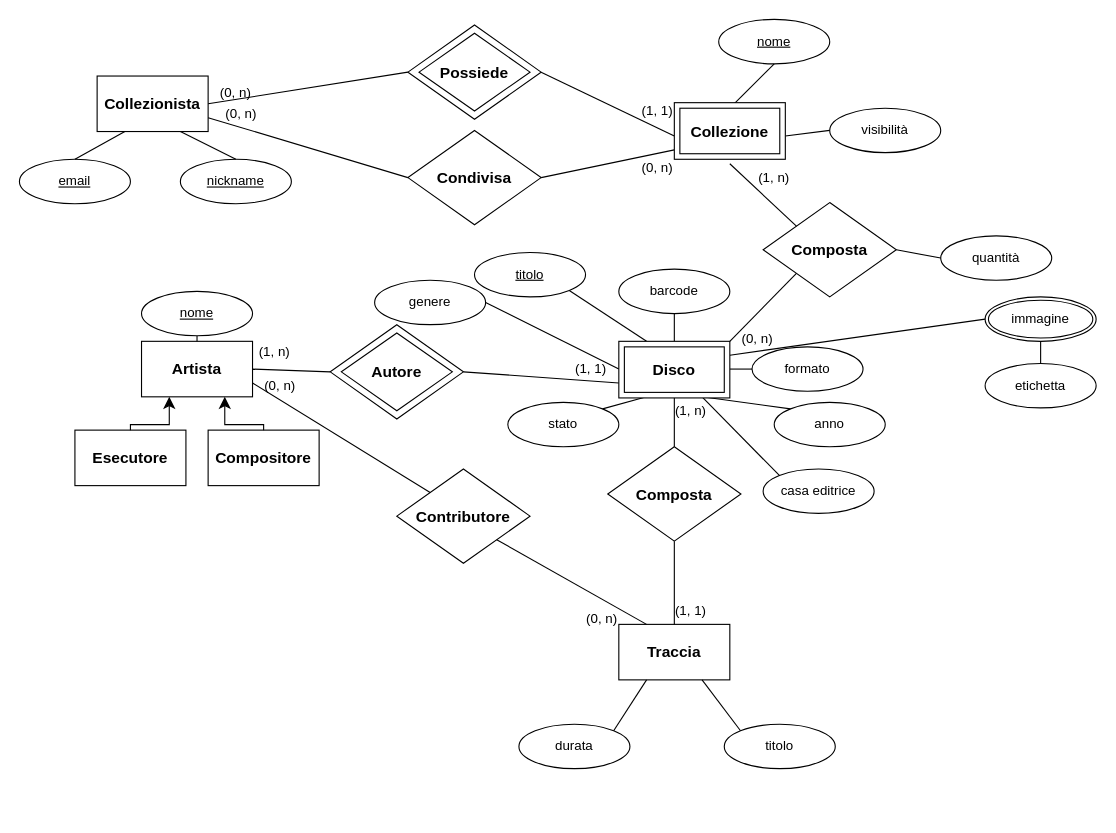
The draw.io diagram design/Collectors_ER.drawio in darthmassari/collectors-mysql-project, before the edit. Source tidied: cells renumbered, new cells numbered last; positions are measured from the earlier drawing's top-left corner, leaving out a move shared by most shapes. Both pictures are drawn from the tidied source at 111%, with x=0, y=0 at pixel (19, 19).
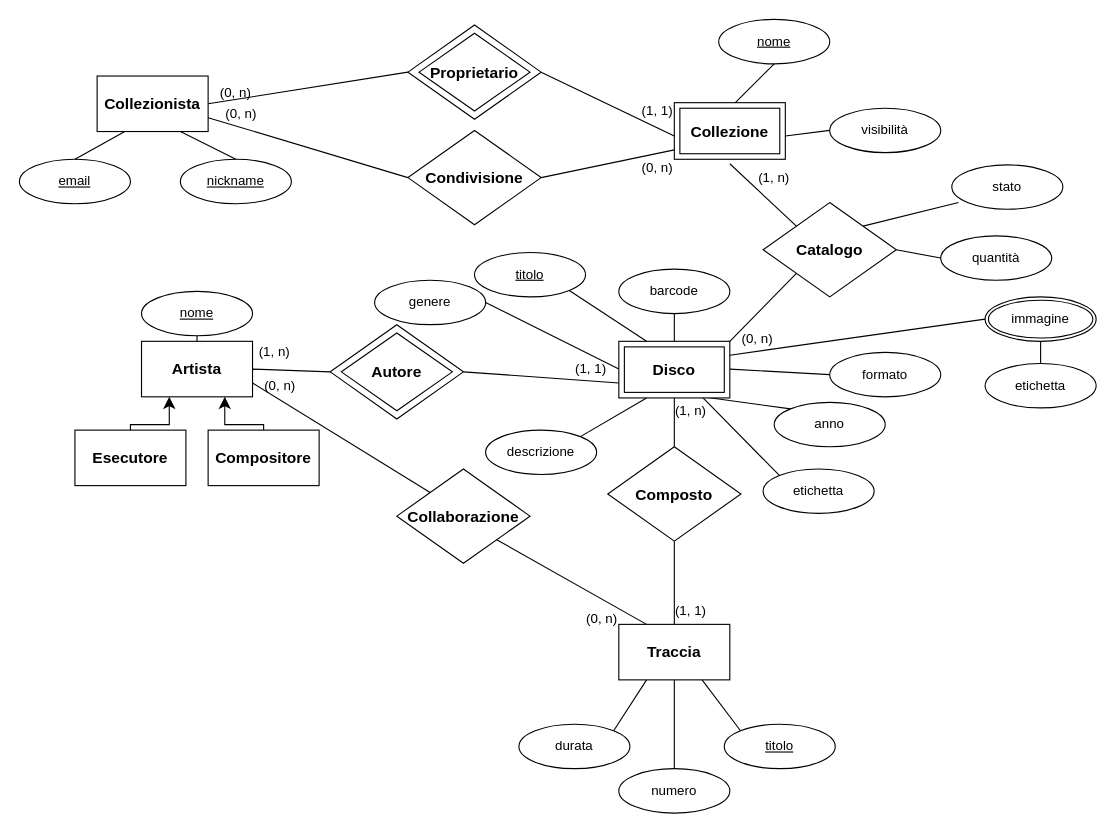
After the change.

Commit message (it also covers changes not shown here):
update modelli ER e relazionale

The change refers to these unchanged cells:
```xml
<mxCell id="18" style="html=1;dashed=0;whiteSpace=wrap;" parent="17" vertex="1">
  <mxGeometry width="100" height="50" as="geometry" />
</mxCell>
<mxCell id="46" style="group;" parent="1" vertex="1">
  <mxGeometry x="670" y="165" width="120" height="85" as="geometry" />
</mxCell>
<mxCell id="47" style="shape=rhombus;html=1;dashed=0;whiteSpace=wrap;perimeter=rhombusPerimeter;" parent="46" vertex="1">
  <mxGeometry width="120" height="85" as="geometry" />
</mxCell>
<mxCell id="59" style="group;" parent="1" vertex="1">
  <mxGeometry x="530" y="385" width="120" height="85" as="geometry" />
</mxCell>
<mxCell id="66" style="group;" parent="1" vertex="1">
  <mxGeometry x="350" y="100" width="120" height="85" as="geometry" />
</mxCell>
<mxCell id="79" style="group;" parent="1" vertex="1">
  <mxGeometry x="340" y="405" width="120" height="85" as="geometry" />
</mxCell>
<mxCell id="89" value="&lt;b&gt;&lt;font style=&quot;font-size: 14px;&quot;&gt;Disco&lt;/font&gt;&lt;/b&gt;" style="shape=ext;margin=3;double=1;whiteSpace=wrap;html=1;align=center;" parent="1" vertex="1">
  <mxGeometry x="540" y="290" width="100" height="51" as="geometry" />
</mxCell>
<mxCell id="94" style="group;" parent="1" vertex="1">
  <mxGeometry x="350" y="5" width="120" height="85" as="geometry" />
</mxCell>
```

The edit, as a diff of the source:
```diff
@@
     <mxCell id="11" value="stato" style="ellipse;whiteSpace=wrap;html=1;align=center;" parent="1" vertex="1">
-      <mxGeometry x="440" y="345" width="100" height="40" as="geometry" />
+      <mxGeometry x="840" y="131" width="100" height="40" as="geometry" />
     </mxCell>
@@
     <mxCell id="15" value="formato" style="ellipse;whiteSpace=wrap;html=1;align=center;" parent="1" vertex="1">
-      <mxGeometry x="660" y="295" width="100" height="40" as="geometry" />
+      <mxGeometry x="730" y="300" width="100" height="40" as="geometry" />
     </mxCell>
@@
-    <mxCell id="20" value="titolo" style="ellipse;whiteSpace=wrap;html=1;align=center;" parent="1" vertex="1">
+    <mxCell id="20" value="&lt;u&gt;titolo&lt;/u&gt;" style="ellipse;whiteSpace=wrap;html=1;align=center;" parent="1" vertex="1">
       <mxGeometry x="635" y="635" width="100" height="40" as="geometry" />
     </mxCell>
@@
-    <mxCell id="45" style="endArrow=none;html=1;rounded=0;entryX=1;entryY=0;entryDx=0;entryDy=0;exitX=0.25;exitY=1;exitDx=0;exitDy=0;" parent="1" edge="1" target="11">
-      <mxGeometry relative="1" as="geometry">
-        <mxPoint x="565" y="340" as="sourcePoint" />
-      </mxGeometry>
+    <mxCell id="45" style="endArrow=none;html=1;rounded=0;entryX=0.06;entryY=0.85;entryDx=0;entryDy=0;exitX=1;exitY=0;exitDx=0;exitDy=0;entryPerimeter=0;" parent="1" edge="1" source="47" target="11">
+      <mxGeometry relative="1" as="geometry" />
     </mxCell>
@@
-    <mxCell id="48" value="Composta" style="text;html=1;strokeColor=none;fillColor=none;align=center;verticalAlign=middle;whiteSpace=wrap;rounded=0;fontStyle=1;fontSize=14;" parent="46" vertex="1">
+    <mxCell id="48" value="Catalogo" style="text;html=1;strokeColor=none;fillColor=none;align=center;verticalAlign=middle;whiteSpace=wrap;rounded=0;fontStyle=1;fontSize=14;" parent="46" vertex="1">
       <mxGeometry x="30" y="27.5" width="60" height="30" as="geometry" />
     </mxCell>
@@
-    <mxCell id="61" value="Composta" style="text;html=1;strokeColor=none;fillColor=none;align=center;verticalAlign=middle;whiteSpace=wrap;rounded=0;fontStyle=1;fontSize=14;" parent="59" vertex="1">
+    <mxCell id="61" value="Composto" style="text;html=1;strokeColor=none;fillColor=none;align=center;verticalAlign=middle;whiteSpace=wrap;rounded=0;fontStyle=1;fontSize=14;" parent="59" vertex="1">
       <mxGeometry x="30" y="27.5" width="60" height="30" as="geometry" />
     </mxCell>
@@
-    <mxCell id="68" value="Condivisa" style="text;html=1;strokeColor=none;fillColor=none;align=center;verticalAlign=middle;whiteSpace=wrap;rounded=0;fontStyle=1;fontSize=14;" parent="66" vertex="1">
+    <mxCell id="68" value="Condivisione" style="text;html=1;strokeColor=none;fillColor=none;align=center;verticalAlign=middle;whiteSpace=wrap;rounded=0;fontStyle=1;fontSize=14;" parent="66" vertex="1">
       <mxGeometry x="30" y="27.5" width="60" height="30" as="geometry" />
     </mxCell>
@@
-    <mxCell id="77" value="casa editrice" style="ellipse;whiteSpace=wrap;html=1;align=center;" parent="1" vertex="1">
+    <mxCell id="77" value="etichetta" style="ellipse;whiteSpace=wrap;html=1;align=center;" parent="1" vertex="1">
       <mxGeometry x="670" y="405" width="100" height="40" as="geometry" />
     </mxCell>
@@
-    <mxCell id="81" value="Contributore" style="text;html=1;strokeColor=none;fillColor=none;align=center;verticalAlign=middle;whiteSpace=wrap;rounded=0;fontStyle=1;fontSize=14;" parent="79" vertex="1">
+    <mxCell id="81" value="Collaborazione" style="text;html=1;strokeColor=none;fillColor=none;align=center;verticalAlign=middle;whiteSpace=wrap;rounded=0;fontStyle=1;fontSize=14;" parent="79" vertex="1">
       <mxGeometry x="30" y="27.5" width="60" height="30" as="geometry" />
     </mxCell>
@@
-    <mxCell id="97" value="Possiede" style="text;html=1;strokeColor=none;fillColor=none;align=center;verticalAlign=middle;whiteSpace=wrap;rounded=0;fontStyle=1;fontSize=14;" parent="94" vertex="1">
+    <mxCell id="97" value="Proprietario" style="text;html=1;strokeColor=none;fillColor=none;align=center;verticalAlign=middle;whiteSpace=wrap;rounded=0;fontStyle=1;fontSize=14;" parent="94" vertex="1">
       <mxGeometry x="30" y="27.5" width="60" height="30" as="geometry" />
     </mxCell>
@@
+    <mxCell id="99" value="descrizione" style="ellipse;whiteSpace=wrap;html=1;align=center;" parent="1" vertex="1">
+      <mxGeometry x="420" y="370" width="100" height="40" as="geometry" />
+    </mxCell>
+    <mxCell id="100" style="endArrow=none;html=1;rounded=0;entryX=1;entryY=0;entryDx=0;entryDy=0;exitX=0.25;exitY=1;exitDx=0;exitDy=0;" parent="1" edge="1" source="89" target="99">
+      <mxGeometry relative="1" as="geometry" />
+    </mxCell>
+    <mxCell id="101" value="numero" style="ellipse;whiteSpace=wrap;html=1;align=center;" parent="1" vertex="1">
+      <mxGeometry x="540" y="675" width="100" height="40" as="geometry" />
+    </mxCell>
+    <mxCell id="102" style="endArrow=none;html=1;rounded=0;entryX=0.5;entryY=1;entryDx=0;entryDy=0;exitX=0.5;exitY=0;exitDx=0;exitDy=0;" parent="1" edge="1" source="101" target="18">
+      <mxGeometry relative="1" as="geometry" />
+    </mxCell>
```
